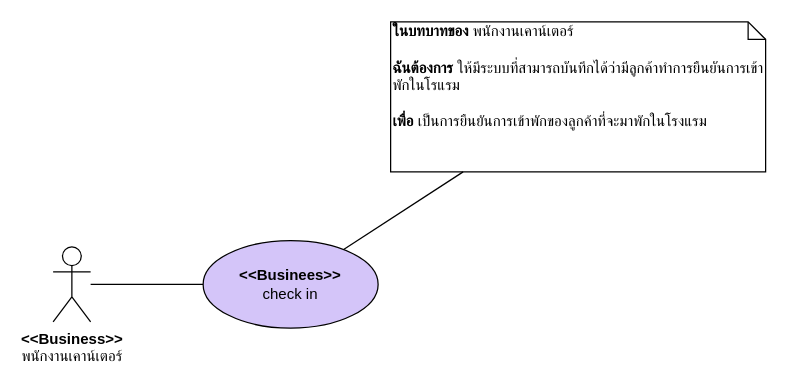
Before: page "Business use case" (1 of 3) of draw_io/SE_หน่อย_63.drawio in sut63/team18, a draw.io diagram. Source tidied: cells renumbered, new cells numbered last; positions are measured from the earlier drawing's top-left corner, leaving out a move shared by most shapes. Both pictures are drawn from the tidied source at 125%, with x=0, y=0 at pixel (52, 21).
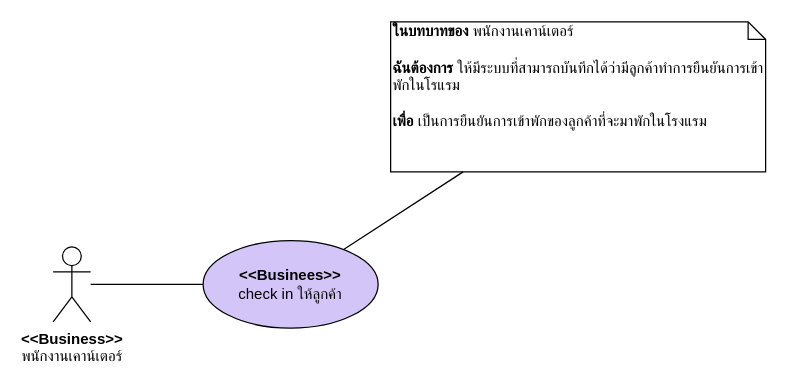
Above is the later version.

Change to the diagram source:
```diff
@@
 <mxGraphModel>
   <root>
     <mxCell id="0" />
     <mxCell id="1" parent="0" />
     <mxCell id="2" value="&lt;b&gt;&amp;lt;&amp;lt;Business&amp;gt;&amp;gt;&lt;/b&gt;&lt;br&gt;พนักงานเคาน์เตอร์" style="shape=umlActor;verticalLabelPosition=bottom;verticalAlign=top;html=1;outlineConnect=0;" parent="1" vertex="1">
       <mxGeometry y="180" width="30" height="60" as="geometry" />
     </mxCell>
-    <mxCell id="3" value="&lt;b&gt;&amp;lt;&amp;lt;Businees&amp;gt;&amp;gt;&lt;/b&gt;&lt;br&gt;check in" style="ellipse;whiteSpace=wrap;html=1;fillColor=#d4c5f9;" parent="1" vertex="1">
+    <mxCell id="3" value="&lt;b&gt;&amp;lt;&amp;lt;Businees&amp;gt;&amp;gt;&lt;/b&gt;&lt;br&gt;check in ให้ลูกค้า" style="ellipse;whiteSpace=wrap;html=1;fillColor=#d4c5f9;" parent="1" vertex="1">
       <mxGeometry x="120" y="175" width="140" height="70" as="geometry" />
     </mxCell>
     <mxCell id="4" value="&lt;b&gt;ในบทบาทของ&lt;/b&gt;&amp;nbsp;พนักงานเคาน์เตอร์&lt;br&gt;&lt;br&gt;&lt;b&gt;ฉันต้องการ&lt;/b&gt;&amp;nbsp;ให้มีระบบที่สามารถบันทึกได้ว่ามีลูกค้าทำการยืนยันการเข้าพักในโรแรม&lt;br&gt;&lt;br&gt;&lt;b&gt;เพื่อ&lt;/b&gt; เป็นการยืนยันการเข้าพักของลูกค้าที่จะมาพักในโรงแรม" style="shape=note;whiteSpace=wrap;html=1;size=14;verticalAlign=top;align=left;spacingTop=-6;" parent="1" vertex="1">
       <mxGeometry x="270" width="300" height="120" as="geometry" />
     </mxCell>
     <mxCell id="5" style="endArrow=none;endFill=1;endSize=12;html=1;" parent="1" edge="1" source="2" target="3">
       <mxGeometry relative="1" as="geometry" />
     </mxCell>
     <mxCell id="6" style="endArrow=none;endFill=1;endSize=12;html=1;" parent="1" edge="1" source="3" target="4">
       <mxGeometry relative="1" as="geometry" />
     </mxCell>
   </root>
 </mxGraphModel>
```
